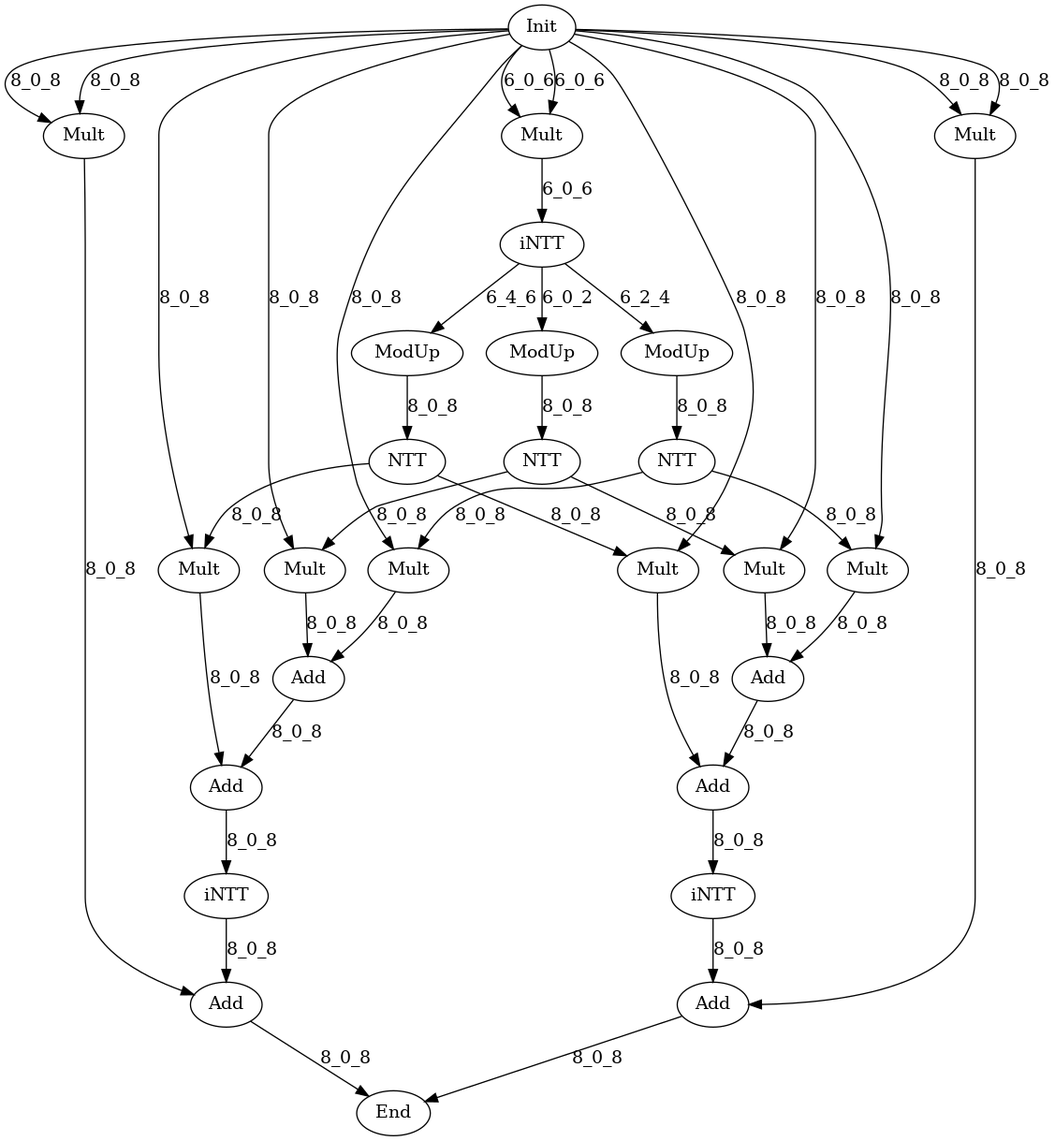
hal-lab-u-tokyo/PolyFHE keeps this Graphviz diagram as data/graph_poly.dot.png. Above is the earlier version. Its source is kept beside it as data/graph_poly.dot.
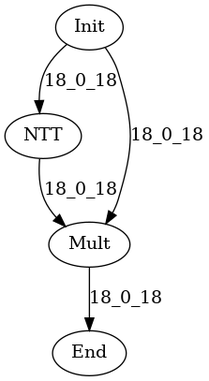
After the change.

The edit, as a diff of the source:
```diff
@@ -1,69 +1,10 @@
 digraph G {
 Init[label="Init"];
 End[label="End"];
-Multd0[label="Mult"];
-Multd1[label="Mult"];
-Multd2[label="Mult"];
-ModUp1[label="ModUp"];
-ModUp2[label="ModUp"];
-ModUp3[label="ModUp"];
-iNTT[label="iNTT"];
-NTT1[label="NTT"];
-NTT2[label="NTT"];
-NTT3[label="NTT"];
-Mult1a[label="Mult"];
-Mult2a[label="Mult"];
-Mult3a[label="Mult"];
-Mult1b[label="Mult"];
-Mult2b[label="Mult"];
-Mult3b[label="Mult"];
-Add12a[label="Add"];
-Add123a[label="Add"];
-Add12b[label="Add"];
-Add123b[label="Add"];
-iNTTa[label="iNTT"];
-iNTTb[label="iNTT"];
-Addc0[label="Add"];
-Addc1[label="Add"];
-Init -> Multd2[label="6_0_6"];
-Init -> Multd2[label="6_0_6"];
-Multd2 -> iNTT[label="6_0_6"];
-iNTT -> ModUp1[label="6_0_2"];
-iNTT -> ModUp2[label="6_2_4"];
-iNTT -> ModUp3[label="6_4_6"];
-ModUp1 -> NTT1[label="8_0_8"];
-ModUp2 -> NTT2[label="8_0_8"];
-ModUp3 -> NTT3[label="8_0_8"];
-NTT1 -> Mult1a[label="8_0_8"];
-NTT2 -> Mult2a[label="8_0_8"];
-NTT3 -> Mult3a[label="8_0_8"];
-NTT1 -> Mult1b[label="8_0_8"];
-NTT2 -> Mult2b[label="8_0_8"];
-NTT3 -> Mult3b[label="8_0_8"];
-Init -> Mult1a[label="8_0_8"];
-Init -> Mult2a[label="8_0_8"];
-Init -> Mult3a[label="8_0_8"];
-Init -> Mult1b[label="8_0_8"];
-Init -> Mult2b[label="8_0_8"];
-Init -> Mult3b[label="8_0_8"];
-Mult1a -> Add12a[label="8_0_8"];
-Mult2a -> Add12a[label="8_0_8"];
-Add12a -> Add123a[label="8_0_8"];
-Mult3a -> Add123a[label="8_0_8"];
-Mult1b -> Add12b[label="8_0_8"];
-Mult2b -> Add12b[label="8_0_8"];
-Add12b -> Add123b[label="8_0_8"];
-Mult3b -> Add123b[label="8_0_8"];
-Add123a -> iNTTa[label="8_0_8"];
-Add123b -> iNTTb[label="8_0_8"];
-Init -> Multd0[label="8_0_8"];
-Init -> Multd0[label="8_0_8"];
-Init -> Multd1[label="8_0_8"];
-Init -> Multd1[label="8_0_8"];
-Multd0 -> Addc0[label="8_0_8"];
-Multd1 -> Addc1[label="8_0_8"];
-iNTTa -> Addc0[label="8_0_8"];
-iNTTb -> Addc1[label="8_0_8"];
-Addc0 -> End[label="8_0_8"];
-Addc1 -> End[label="8_0_8"];
+NTT[label="NTT"];
+Mult[label="Mult"];
+Init -> NTT[label="18_0_18"];
+NTT -> Mult[label="18_0_18"];
+Init -> Mult[label="18_0_18"];
+Mult -> End[label="18_0_18"];
 }
```
